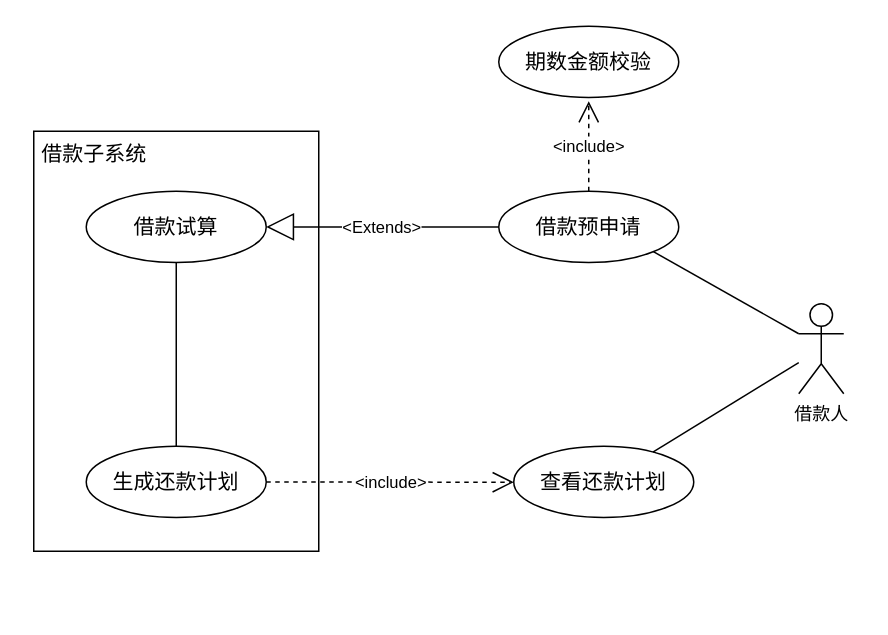
Earlier version of the draw.io diagram 借款试算用例图.drawio (wuxiao-web/graduationThesis). Source tidied: cells renumbered, new cells numbered last; positions are measured from the earlier drawing's top-left corner, leaving out a move shared by most shapes. Both pictures are drawn from the tidied source at 150%, with x=0, y=0 at pixel (26, 26).
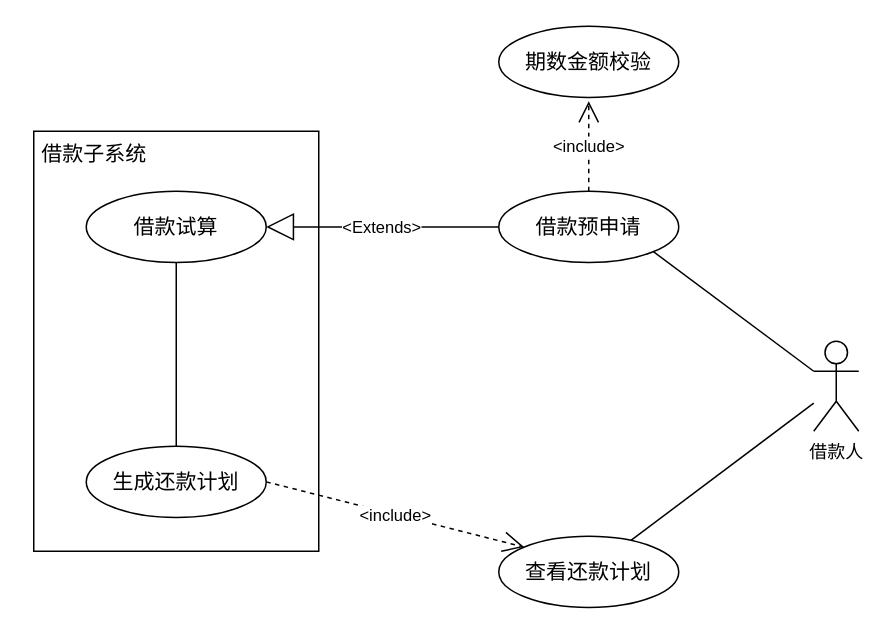
Above is the later version.

Commit message (it also covers changes not shown here):
更新借款试算用例图.drawio

Change to the diagram source:
```diff
@@
 <mxGraphModel>
   <root>
     <mxCell id="0" />
     <mxCell id="1" parent="0" />
     <mxCell id="2" style="html=1;whiteSpace=wrap;" parent="1" vertex="1">
       <mxGeometry x="5" y="70" width="190" height="280" as="geometry" />
     </mxCell>
     <mxCell id="3" value="&lt;font style=&quot;font-size: 14px;&quot;&gt;借款子系统&lt;/font&gt;" style="text;html=1;align=center;verticalAlign=middle;strokeColor=none;fillColor=none;" parent="1" vertex="1">
       <mxGeometry y="70" width="90" height="30" as="geometry" />
     </mxCell>
     <mxCell id="4" style="edgeStyle=orthogonalEdgeStyle;rounded=0;jettySize=auto;html=1;entryX=0.5;entryY=0;entryDx=0;entryDy=0;endArrow=none;endFill=0;" parent="1" edge="1" source="5" target="6">
       <mxGeometry relative="1" as="geometry" />
     </mxCell>
     <mxCell id="5" value="&lt;span style=&quot;font-size: 14px;&quot;&gt;借款试算&lt;/span&gt;" style="ellipse;whiteSpace=wrap;html=1;" parent="1" vertex="1">
       <mxGeometry x="40" y="110" width="120" height="47.5" as="geometry" />
     </mxCell>
     <mxCell id="6" value="&lt;span style=&quot;font-size: 14px;&quot;&gt;生成还款计划&lt;/span&gt;" style="ellipse;whiteSpace=wrap;html=1;" parent="1" vertex="1">
       <mxGeometry x="40" y="280" width="120" height="47.5" as="geometry" />
     </mxCell>
-    <mxCell id="7" value="&amp;lt;include&amp;gt;" style="endArrow=open;endSize=12;dashed=1;html=1;rounded=0;exitX=1;exitY=0.5;exitDx=0;exitDy=0;" parent="1" edge="1" source="6">
-      <mxGeometry relative="1" as="geometry">
-        <mxPoint x="325" y="304" as="targetPoint" />
-      </mxGeometry>
+    <mxCell id="7" value="&amp;lt;include&amp;gt;" style="endArrow=open;endSize=12;dashed=1;html=1;rounded=0;exitX=1;exitY=0.5;exitDx=0;exitDy=0;entryX=0;entryY=0;entryDx=0;entryDy=0;" parent="1" edge="1" source="6" target="8">
+      <mxGeometry relative="1" as="geometry" />
     </mxCell>
     <mxCell id="8" value="&lt;span style=&quot;font-size: 14px;&quot;&gt;查看还款计划&lt;/span&gt;" style="ellipse;whiteSpace=wrap;html=1;" parent="1" vertex="1">
-      <mxGeometry x="325" y="280" width="120" height="47.5" as="geometry" />
+      <mxGeometry x="315" y="340" width="120" height="47.5" as="geometry" />
     </mxCell>
     <mxCell id="9" style="rounded=0;jettySize=auto;html=1;endArrow=none;endFill=0;" parent="1" edge="1" source="11" target="8">
       <mxGeometry relative="1" as="geometry" />
     </mxCell>
     <mxCell id="10" style="rounded=0;jettySize=auto;html=1;entryX=1;entryY=1;entryDx=0;entryDy=0;exitX=0;exitY=0.3333333333333333;exitDx=0;exitDy=0;exitPerimeter=0;endArrow=none;endFill=0;" parent="1" edge="1" source="11" target="12">
       <mxGeometry relative="1" as="geometry" />
     </mxCell>
     <mxCell id="11" value="借款人" style="shape=umlActor;verticalLabelPosition=bottom;verticalAlign=top;html=1;" parent="1" vertex="1">
-      <mxGeometry x="515" y="185" width="30" height="60" as="geometry" />
+      <mxGeometry x="525" y="210" width="30" height="60" as="geometry" />
     </mxCell>
     <mxCell id="12" value="&lt;span style=&quot;font-size: 14px;&quot;&gt;借款预申请&lt;/span&gt;" style="ellipse;whiteSpace=wrap;html=1;" parent="1" vertex="1">
       <mxGeometry x="315" y="110" width="120" height="47.5" as="geometry" />
     </mxCell>
     <mxCell id="13" value="&amp;lt;Extends&amp;gt;" style="endArrow=block;endSize=16;endFill=0;html=1;rounded=0;entryX=1;entryY=0.5;entryDx=0;entryDy=0;exitX=0;exitY=0.5;exitDx=0;exitDy=0;" parent="1" edge="1" source="12" target="5">
       <mxGeometry relative="1" as="geometry" />
     </mxCell>
     <mxCell id="14" value="&amp;lt;include&amp;gt;" style="endArrow=open;endSize=12;dashed=1;html=1;rounded=0;" parent="1" edge="1">
       <mxGeometry relative="1" as="geometry">
         <mxPoint x="375" y="110" as="sourcePoint" />
         <mxPoint x="375" y="50" as="targetPoint" />
       </mxGeometry>
     </mxCell>
     <mxCell id="15" value="&lt;span style=&quot;font-size: 14px;&quot;&gt;期数金额校验&lt;/span&gt;" style="ellipse;whiteSpace=wrap;html=1;" parent="1" vertex="1">
       <mxGeometry x="315" width="120" height="47.5" as="geometry" />
     </mxCell>
   </root>
 </mxGraphModel>
```
